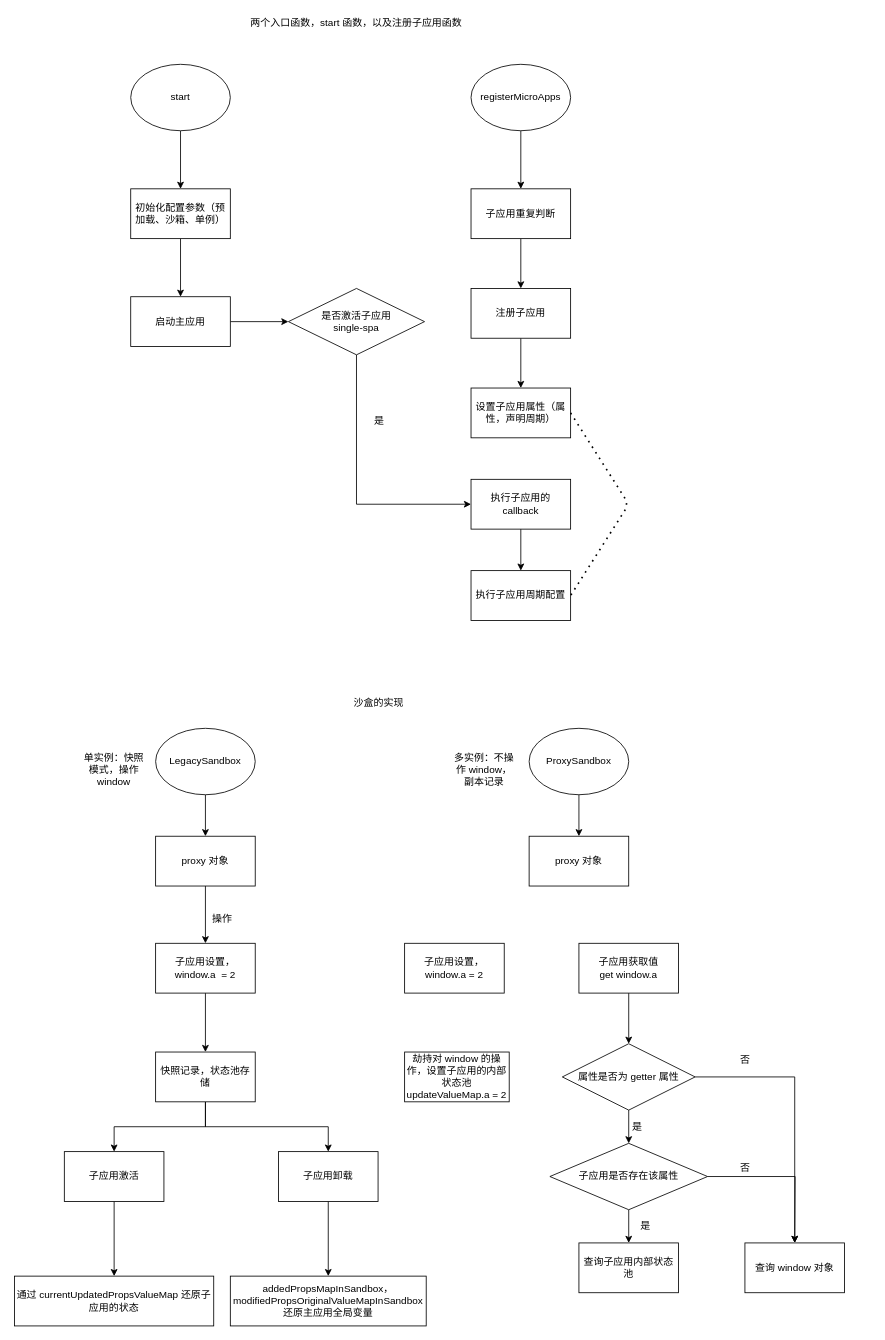
Earlier version of the draw.io diagram qiankun.drawio (Rabbitzzc/image-hosting-service). Source tidied: cells renumbered, new cells numbered last; positions are measured from the earlier drawing's top-left corner, leaving out a move shared by most shapes. Both pictures are drawn from the tidied source at 83%, with x=0, y=0 at pixel (14, 14).
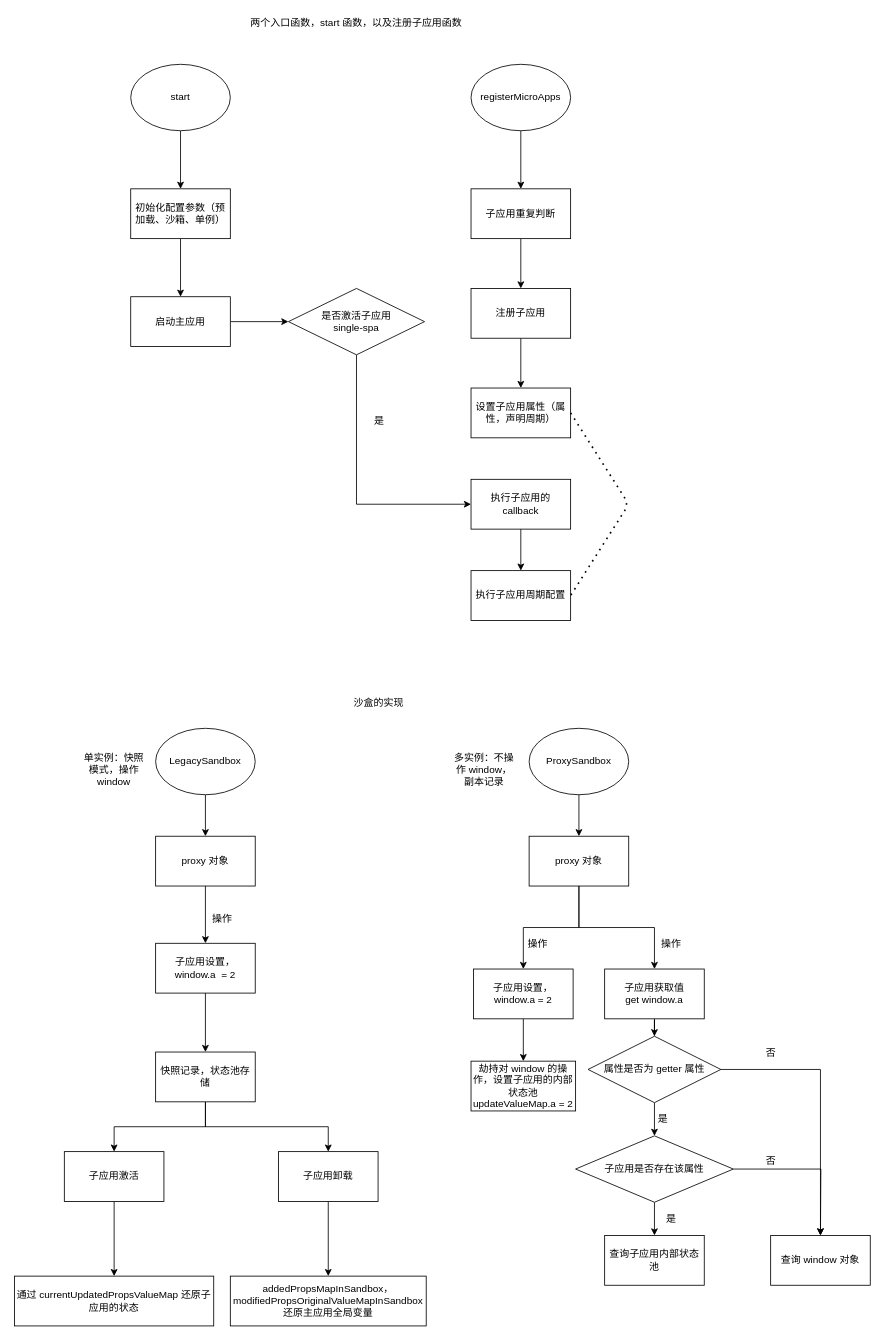
The same diagram, later.

Unchanged cells that the change refers to:
```xml
<mxCell id="44" value="proxy 对象" style="rounded=0;whiteSpace=wrap;html=1;" parent="1" vertex="1">
  <mxGeometry x="620" y="990" width="120" height="60" as="geometry" />
</mxCell>
```

Diff of the diagram source:
```diff
@@
+    <mxCell id="61" style="edgeStyle=orthogonalEdgeStyle;rounded=0;jettySize=auto;html=1;exitX=0.5;exitY=1;exitDx=0;exitDy=0;entryX=0.5;entryY=0;entryDx=0;entryDy=0;" parent="1" edge="1" source="44" target="48">
+      <mxGeometry relative="1" as="geometry" />
+    </mxCell>
+    <mxCell id="62" style="edgeStyle=orthogonalEdgeStyle;rounded=0;jettySize=auto;html=1;exitX=0.5;exitY=1;exitDx=0;exitDy=0;entryX=0.5;entryY=0;entryDx=0;entryDy=0;" parent="1" edge="1" source="44" target="45">
+      <mxGeometry relative="1" as="geometry" />
+    </mxCell>
@@
+    <mxCell id="63" style="edgeStyle=orthogonalEdgeStyle;rounded=0;jettySize=auto;html=1;exitX=0.5;exitY=1;exitDx=0;exitDy=0;" parent="1" edge="1" source="45" target="46">
+      <mxGeometry relative="1" as="geometry" />
+    </mxCell>
     <mxCell id="45" value="子应用设置，window.a = 2" style="rounded=0;whiteSpace=wrap;html=1;" parent="1" vertex="1">
-      <mxGeometry x="470" y="1119" width="120" height="60" as="geometry" />
+      <mxGeometry x="553" y="1150" width="120" height="60" as="geometry" />
     </mxCell>
     <mxCell id="46" value="劫持对 window 的操作，设置子应用的内部状态池 updateValueMap.a = 2" style="rounded=0;whiteSpace=wrap;html=1;" parent="1" vertex="1">
-      <mxGeometry x="470" y="1250" width="126" height="60" as="geometry" />
+      <mxGeometry x="550" y="1261" width="126" height="60" as="geometry" />
     </mxCell>
@@
     <mxCell id="48" value="子应用获取值&lt;br&gt;get window.a" style="rounded=0;whiteSpace=wrap;html=1;" parent="1" vertex="1">
-      <mxGeometry x="680" y="1119" width="120" height="60" as="geometry" />
+      <mxGeometry x="711" y="1150" width="120" height="60" as="geometry" />
     </mxCell>
     <mxCell id="49" value="查询子应用内部状态池" style="rounded=0;whiteSpace=wrap;html=1;" parent="1" vertex="1">
-      <mxGeometry x="680" y="1480" width="120" height="60" as="geometry" />
+      <mxGeometry x="711" y="1471" width="120" height="60" as="geometry" />
     </mxCell>
@@
     <mxCell id="52" value="属性是否为 getter 属性" style="rhombus;whiteSpace=wrap;html=1;" parent="1" vertex="1">
-      <mxGeometry x="660" y="1240" width="160" height="80" as="geometry" />
+      <mxGeometry x="691" y="1231" width="160" height="80" as="geometry" />
     </mxCell>
     <mxCell id="53" value="查询 window 对象" style="rounded=0;whiteSpace=wrap;html=1;" parent="1" vertex="1">
-      <mxGeometry x="880" y="1480" width="120" height="60" as="geometry" />
+      <mxGeometry x="911" y="1471" width="120" height="60" as="geometry" />
     </mxCell>
@@
     <mxCell id="55" style="edgeStyle=orthogonalEdgeStyle;rounded=0;jettySize=auto;html=1;exitX=1;exitY=0.5;exitDx=0;exitDy=0;" parent="1" edge="1" source="56">
       <mxGeometry relative="1" as="geometry">
-        <mxPoint x="940" y="1480" as="targetPoint" />
+        <mxPoint x="971" y="1471" as="targetPoint" />
       </mxGeometry>
     </mxCell>
     <mxCell id="56" value="子应用是否存在该属性" style="rhombus;whiteSpace=wrap;html=1;" parent="1" vertex="1">
-      <mxGeometry x="645" y="1360" width="190" height="80" as="geometry" />
+      <mxGeometry x="676" y="1351" width="190" height="80" as="geometry" />
     </mxCell>
     <mxCell id="57" value="否" style="text;html=1;align=center;verticalAlign=middle;" parent="1" vertex="1">
-      <mxGeometry x="865" y="1250" width="30" height="20" as="geometry" />
+      <mxGeometry x="896" y="1241" width="30" height="20" as="geometry" />
     </mxCell>
     <mxCell id="58" value="是" style="text;html=1;align=center;verticalAlign=middle;" parent="1" vertex="1">
-      <mxGeometry x="735" y="1330" width="30" height="20" as="geometry" />
+      <mxGeometry x="766" y="1321" width="30" height="20" as="geometry" />
     </mxCell>
     <mxCell id="59" value="是" style="text;html=1;align=center;verticalAlign=middle;" parent="1" vertex="1">
-      <mxGeometry x="745" y="1450" width="30" height="20" as="geometry" />
+      <mxGeometry x="776" y="1441" width="30" height="20" as="geometry" />
     </mxCell>
     <mxCell id="60" value="否" style="text;html=1;align=center;verticalAlign=middle;" parent="1" vertex="1">
-      <mxGeometry x="865" y="1380" width="30" height="20" as="geometry" />
+      <mxGeometry x="896" y="1371" width="30" height="20" as="geometry" />
     </mxCell>
+    <mxCell id="64" value="操作" style="text;html=1;align=center;verticalAlign=middle;" parent="1" vertex="1">
+      <mxGeometry x="610" y="1110" width="40" height="20" as="geometry" />
+    </mxCell>
+    <mxCell id="65" value="操作" style="text;html=1;align=center;verticalAlign=middle;" parent="1" vertex="1">
+      <mxGeometry x="771" y="1110" width="40" height="20" as="geometry" />
+    </mxCell>
```
